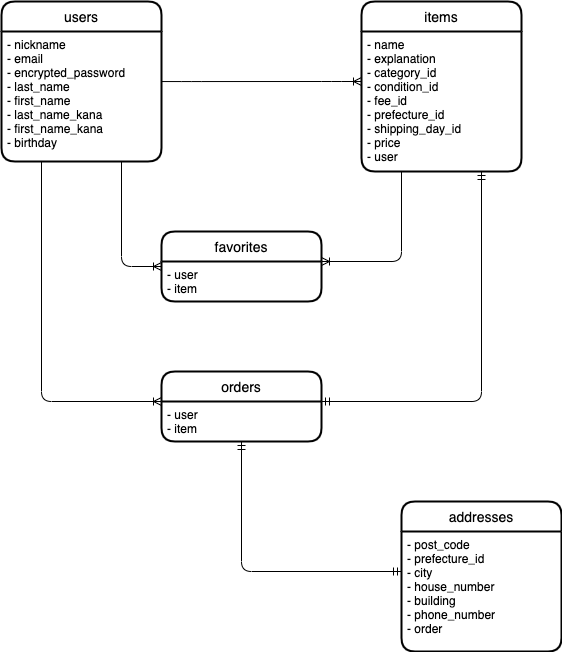
Before: ERdiagram.drawio.png, a diagram exported from draw.io (orange-soba/furima-39531). Source tidied: cells renumbered, new cells last; positions are measured from the earlier drawing's top-left corner, leaving out a move shared by most shapes.
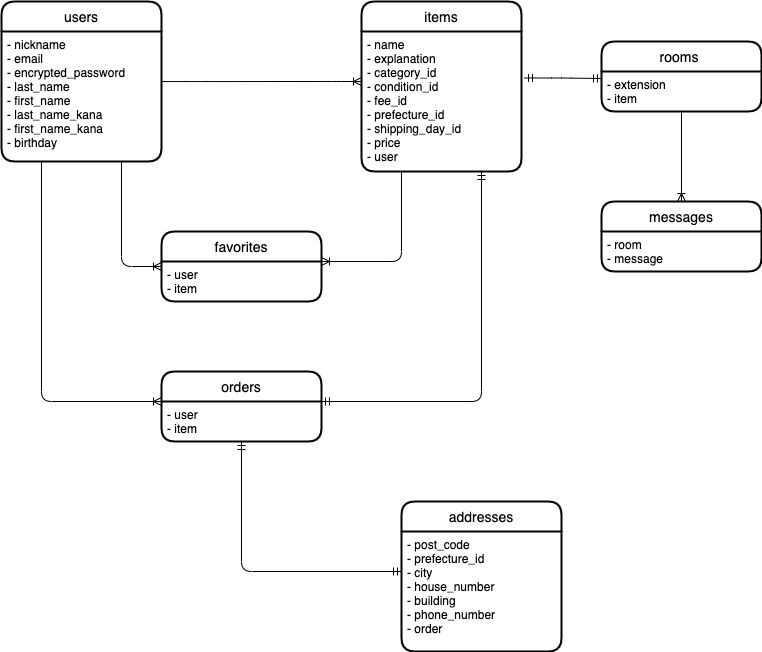
The same file after the commit.

Commit message:
データベース設計

Change to the diagram source:
```diff
@@ -72,5 +72,25 @@
         </Array>
       </mxGeometry>
     </mxCell>
+    <mxCell id="18" value="rooms " style="swimlane;horizontal=1;startSize=30;rounded=1;fontSize=14;fontStyle=0;strokeWidth=2;shadow=0;dashed=0;align=center;" parent="1" vertex="1">
+      <mxGeometry x="600" y="40" width="160" height="70" as="geometry" />
+    </mxCell>
+    <mxCell id="19" value="- extension&#10;- item" style="align=left;strokeColor=none;fillColor=none;spacingLeft=4;fontSize=12;verticalAlign=top;" parent="18" vertex="1">
+      <mxGeometry y="30" width="160" height="40" as="geometry" />
+    </mxCell>
+    <mxCell id="20" value="messages" style="swimlane;horizontal=1;startSize=30;rounded=1;fontSize=14;fontStyle=0;strokeWidth=2;shadow=0;dashed=0;align=center;" parent="1" vertex="1">
+      <mxGeometry x="600" y="200" width="160" height="70" as="geometry" />
+    </mxCell>
+    <mxCell id="21" value="- room&#10;- message" style="align=left;strokeColor=none;fillColor=none;spacingLeft=4;fontSize=12;verticalAlign=top;" parent="20" vertex="1">
+      <mxGeometry y="30" width="160" height="40" as="geometry" />
+    </mxCell>
+    <mxCell id="22" style="edgeStyle=orthogonalEdgeStyle;fontSize=12;html=1;endArrow=ERmandOne;startArrow=ERmandOne;exitX=1.019;exitY=0.332;exitDx=0;exitDy=0;exitPerimeter=0;" parent="1" edge="1" source="5">
+      <mxGeometry relative="1" as="geometry">
+        <mxPoint x="600" y="77" as="targetPoint" />
+      </mxGeometry>
+    </mxCell>
+    <mxCell id="23" style="edgeStyle=orthogonalEdgeStyle;fontSize=12;html=1;endArrow=ERoneToMany;exitX=0.5;exitY=1;exitDx=0;exitDy=0;entryX=0.5;entryY=0;entryDx=0;entryDy=0;" parent="1" edge="1" source="19" target="20">
+      <mxGeometry relative="1" as="geometry" />
+    </mxCell>
   </root>
 </mxGraphModel>
```
